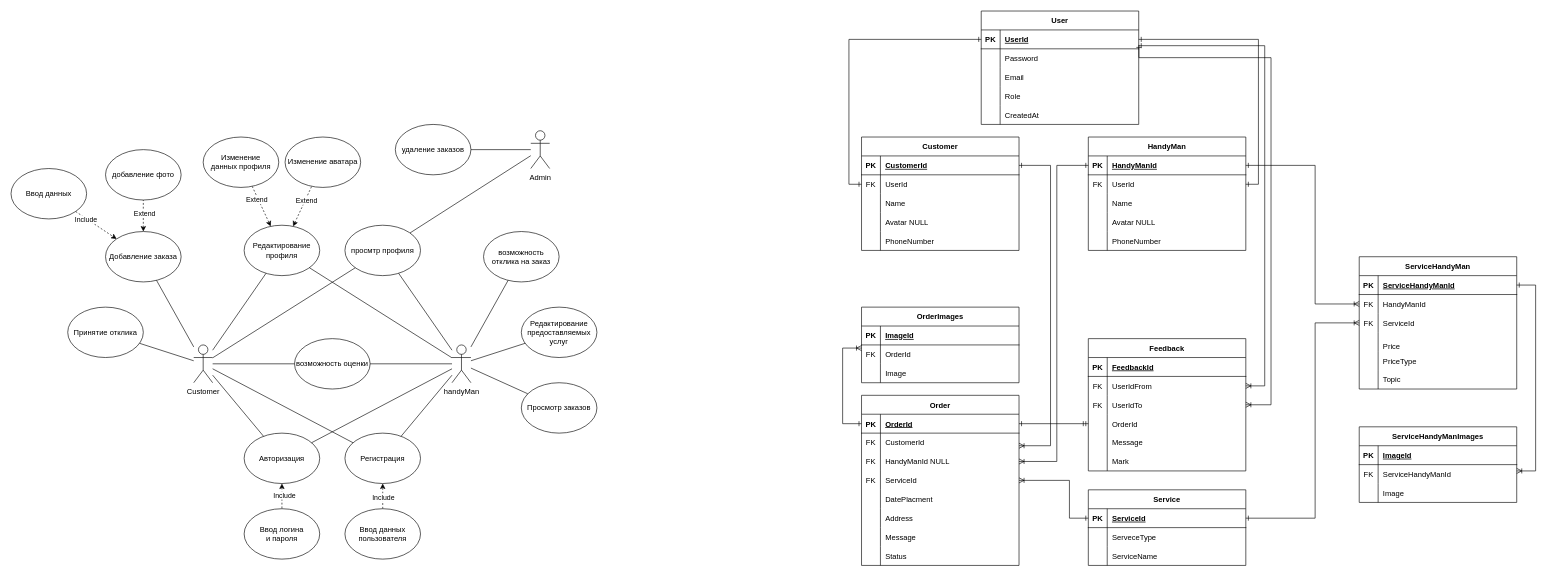
This is Info/halturka.drawio from kirihn/Halturka-Course-Progect, a draw.io file, before an edit. Source tidied: cells renumbered, new cells numbered last; positions are measured from the earlier drawing's top-left corner, leaving out a move shared by most shapes. Both pictures are drawn from the tidied source at 63%, with x=0, y=0 at pixel (11, 11).
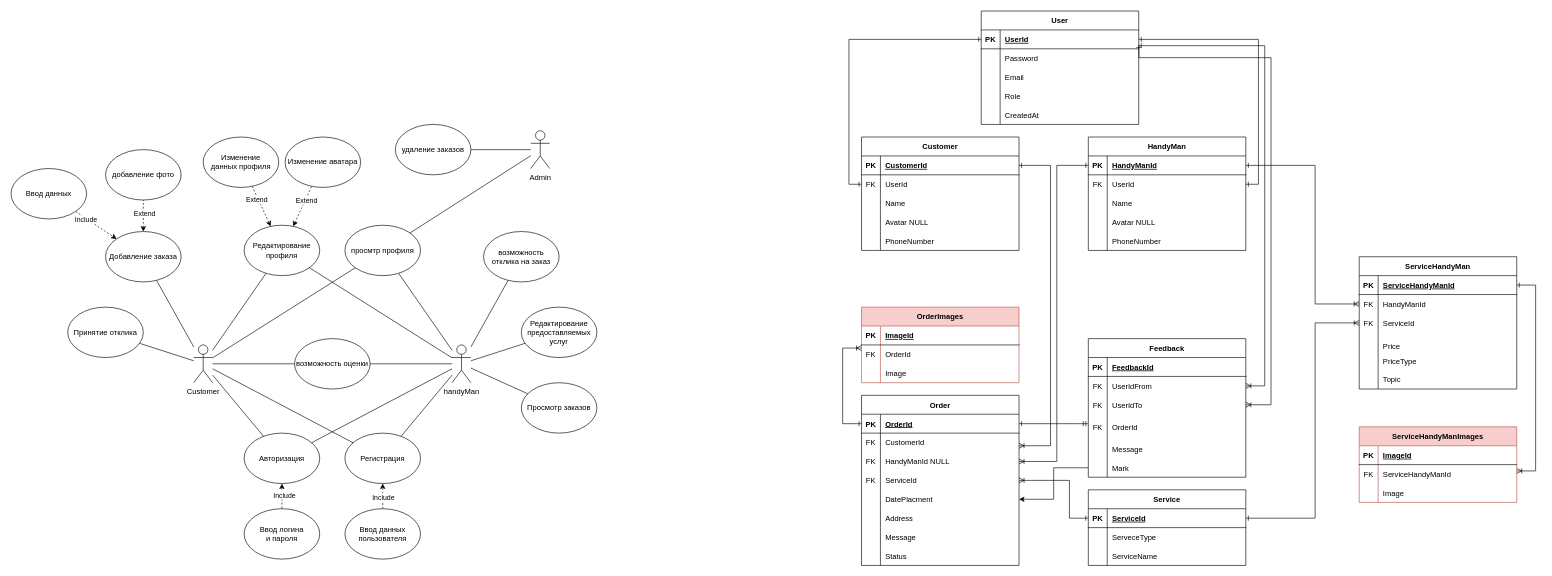
The same page after the edit.

Commit message (it also covers changes not shown here):
Add prisma models

The change refers to these unchanged cells:
```xml
<mxCell id="83" style="shape=partialRectangle;fillColor=none;points=[[0,0.5],[1,0.5]];portConstraint=eastwest;top=0;left=0;right=0;bottom=1;" parent="82" vertex="1">
  <mxGeometry y="30" width="250" height="30" as="geometry" />
</mxCell>
<mxCell id="95" style="shape=partialRectangle;fillColor=none;points=[[0,0.5],[1,0.5]];portConstraint=eastwest;top=0;left=0;right=0;bottom=0;" parent="82" vertex="1">
  <mxGeometry y="150" width="250" height="30" as="geometry" />
</mxCell>
```

Change to the diagram source:
```diff
@@
-    <mxCell id="21" value="OrderImages" style="shape=table;startSize=30;childLayout=tableLayout;rowLines=0;fontStyle=1;align=center;" parent="1" vertex="1">
+    <mxCell id="21" value="OrderImages" style="shape=table;startSize=30;childLayout=tableLayout;rowLines=0;fontStyle=1;align=center;fillColor=#f8cecc;strokeColor=#b85450;" parent="1" vertex="1">
       <mxGeometry x="1350" y="470" width="250" height="120" as="geometry" />
     </mxCell>
@@
     <mxCell id="31" value="Feedback" style="shape=table;startSize=30;childLayout=tableLayout;rowLines=0;fontStyle=1;align=center;" parent="1" vertex="1">
-      <mxGeometry x="1710" y="520" width="250" height="210" as="geometry" />
+      <mxGeometry x="1710" y="520" width="250" height="220" as="geometry" />
     </mxCell>
@@
     <mxCell id="41" style="shape=partialRectangle;fillColor=none;points=[[0,0.5],[1,0.5]];portConstraint=eastwest;top=0;left=0;right=0;bottom=0;" parent="31" vertex="1">
-      <mxGeometry y="120" width="250" height="30" as="geometry" />
+      <mxGeometry y="120" width="250" height="40" as="geometry" />
     </mxCell>
-    <mxCell id="42" style="shape=partialRectangle;overflow=hidden;fillColor=none;top=0;left=0;bottom=0;right=0;" parent="41" vertex="1">
-      <mxGeometry width="30" height="30" as="geometry" />
+    <mxCell id="42" value="FK" style="shape=partialRectangle;overflow=hidden;fillColor=none;top=0;left=0;bottom=0;right=0;" parent="41" vertex="1">
+      <mxGeometry width="30" height="40" as="geometry" />
     </mxCell>
     <mxCell id="43" value="OrderId" style="shape=partialRectangle;overflow=hidden;fillColor=none;top=0;left=0;bottom=0;right=0;align=left;spacingLeft=6;" parent="41" vertex="1">
-      <mxGeometry x="30" width="220" height="30" as="geometry" />
+      <mxGeometry x="30" width="220" height="40" as="geometry" />
     </mxCell>
     <mxCell id="44" style="shape=partialRectangle;fillColor=none;top=0;left=0;right=0;bottom=0;" parent="31" vertex="1">
-      <mxGeometry y="150" width="250" height="30" as="geometry" />
+      <mxGeometry y="160" width="250" height="30" as="geometry" />
     </mxCell>
@@
     <mxCell id="47" style="shape=partialRectangle;fillColor=none;points=[[0,0.5],[1,0.5]];portConstraint=eastwest;top=0;left=0;right=0;bottom=0;" parent="31" vertex="1">
-      <mxGeometry y="180" width="250" height="30" as="geometry" />
+      <mxGeometry y="190" width="250" height="30" as="geometry" />
     </mxCell>
@@
-    <mxCell id="133" value="ServiceHandyManImages" style="shape=table;startSize=30;childLayout=tableLayout;rowLines=0;fontStyle=1;align=center;" parent="1" vertex="1">
+    <mxCell id="133" value="ServiceHandyManImages" style="shape=table;startSize=30;childLayout=tableLayout;rowLines=0;fontStyle=1;align=center;fillColor=#f8cecc;strokeColor=#b85450;" parent="1" vertex="1">
       <mxGeometry x="2140" y="660" width="250" height="120" as="geometry" />
     </mxCell>
@@
-    <mxCell id="198" style="edgeStyle=orthogonalEdgeStyle;rounded=0;jettySize=auto;html=1;exitX=0;exitY=0.5;exitDx=0;exitDy=0;entryX=1;entryY=0.5;entryDx=0;entryDy=0;endArrow=ERone;endFill=0;startArrow=ERmandOne;startFill=0;" parent="1" edge="1" source="41" target="83">
+    <mxCell id="198" style="edgeStyle=orthogonalEdgeStyle;rounded=0;jettySize=auto;html=1;entryX=1;entryY=0.5;entryDx=0;entryDy=0;endArrow=ERone;endFill=0;startArrow=ERmandOne;startFill=0;" parent="1" edge="1" target="83">
       <mxGeometry relative="1" as="geometry">
+        <mxPoint x="1710" y="655" as="sourcePoint" />
         <Array as="points">
-          <mxPoint x="1700" y="655" />
-          <mxPoint x="1700" y="655" />
+          <mxPoint x="1690" y="655" />
+          <mxPoint x="1690" y="655" />
         </Array>
       </mxGeometry>
     </mxCell>
@@
+    <mxCell id="204" style="edgeStyle=orthogonalEdgeStyle;rounded=0;jettySize=auto;html=1;" parent="1" edge="1" source="47" target="95">
+      <mxGeometry relative="1" as="geometry" />
+    </mxCell>
```
